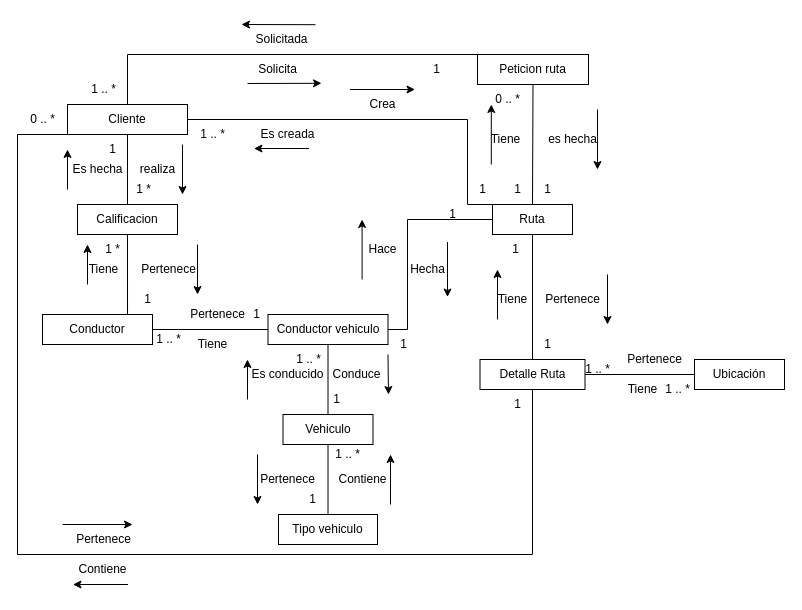
Above: ExtraClase/Modelado de Dominio/Modelo anemico/ModeloDominio.drawio in federico1605/RepositorioDOO (draw.io), before the change. Source tidied: cells renumbered, new cells numbered last; positions are measured from the earlier drawing's top-left corner, leaving out a move shared by most shapes. Both pictures are drawn from the tidied source at 100%, with x=0, y=0 at pixel (17, 24).
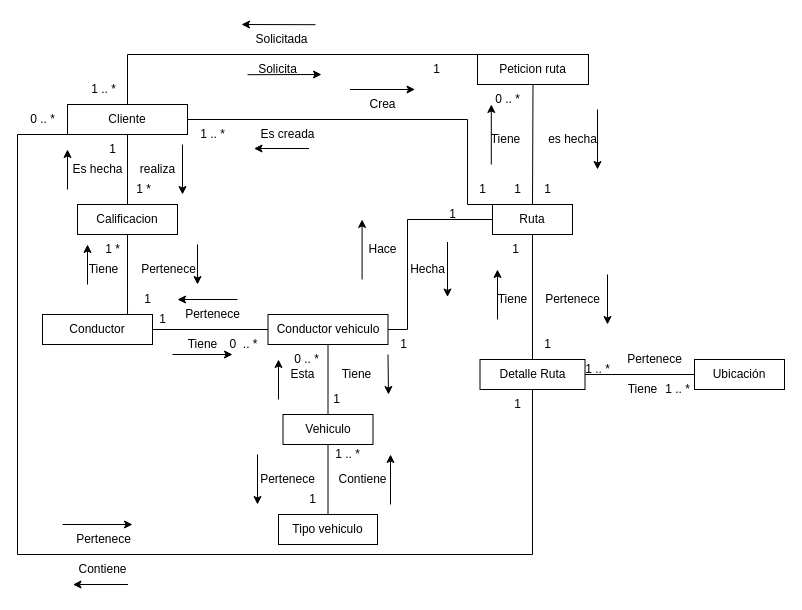
The same diagram, later.

Commit message:
Mejora de conexiones en el modelo

Change to the diagram source:
```diff
@@
     <mxCell id="21" style="endArrow=classic;html=1;rounded=0;" parent="1" edge="1">
       <mxGeometry relative="1" as="geometry">
         <mxPoint x="180" y="220" as="sourcePoint" />
-        <mxPoint x="180" y="270" as="targetPoint" />
+        <mxPoint x="180" y="260" as="targetPoint" />
       </mxGeometry>
     </mxCell>
@@
     <mxCell id="43" style="endArrow=classic;html=1;rounded=0;" parent="1" edge="1">
       <mxGeometry relative="1" as="geometry">
-        <mxPoint x="230" y="59" as="sourcePoint" />
-        <mxPoint x="304" y="58.8" as="targetPoint" />
+        <mxPoint x="230" y="50.2" as="sourcePoint" />
+        <mxPoint x="304" y="50" as="targetPoint" />
       </mxGeometry>
     </mxCell>
@@
-    <mxCell id="55" value="Es conducido" style="text;html=1;align=center;verticalAlign=middle;strokeColor=none;fillColor=none;" parent="1" vertex="1">
-      <mxGeometry x="220" y="335" width="100" height="30" as="geometry" />
+    <mxCell id="55" value="Esta" style="text;html=1;align=center;verticalAlign=middle;strokeColor=none;fillColor=none;" parent="1" vertex="1">
+      <mxGeometry x="260" y="335" width="50" height="30" as="geometry" />
     </mxCell>
-    <mxCell id="56" value="Conduce" style="text;html=1;align=center;verticalAlign=middle;strokeColor=none;fillColor=none;" parent="1" vertex="1">
-      <mxGeometry x="304" y="335" width="70" height="30" as="geometry" />
+    <mxCell id="56" value="Tiene" style="text;html=1;align=center;verticalAlign=middle;strokeColor=none;fillColor=none;" parent="1" vertex="1">
+      <mxGeometry x="314" y="335" width="50" height="30" as="geometry" />
     </mxCell>
@@
-    <mxCell id="58" value="1 .. *" style="text;html=1;align=center;verticalAlign=middle;strokeColor=none;fillColor=none;" parent="1" vertex="1">
-      <mxGeometry x="265.5" y="320" width="50" height="30" as="geometry" />
+    <mxCell id="58" value="0 .. *" style="text;html=1;align=center;verticalAlign=middle;strokeColor=none;fillColor=none;" parent="1" vertex="1">
+      <mxGeometry x="264" y="320" width="50" height="30" as="geometry" />
     </mxCell>
@@
     <mxCell id="60" style="endArrow=classic;html=1;rounded=0;" parent="1" edge="1">
       <mxGeometry relative="1" as="geometry">
-        <mxPoint x="230" y="375" as="sourcePoint" />
-        <mxPoint x="230" y="335" as="targetPoint" />
+        <mxPoint x="261" y="375" as="sourcePoint" />
+        <mxPoint x="261" y="335" as="targetPoint" />
       </mxGeometry>
     </mxCell>
@@
     <mxCell id="89" value="Pertenece" style="text;html=1;align=center;verticalAlign=middle;strokeColor=none;fillColor=none;" parent="1" vertex="1">
-      <mxGeometry x="160" y="275" width="80" height="30" as="geometry" />
+      <mxGeometry x="155" y="275" width="80" height="30" as="geometry" />
     </mxCell>
     <mxCell id="90" value="Tiene" style="text;html=1;align=center;verticalAlign=middle;strokeColor=none;fillColor=none;" parent="1" vertex="1">
-      <mxGeometry x="170" y="305" width="50" height="30" as="geometry" />
+      <mxGeometry x="160" y="305" width="50" height="30" as="geometry" />
     </mxCell>
     <mxCell id="91" value="1" style="text;html=1;align=center;verticalAlign=middle;strokeColor=none;fillColor=none;" parent="1" vertex="1">
-      <mxGeometry x="224" y="275" width="30" height="30" as="geometry" />
+      <mxGeometry x="130" y="280" width="30" height="30" as="geometry" />
     </mxCell>
-    <mxCell id="92" value="1 .. *" style="text;html=1;align=center;verticalAlign=middle;strokeColor=none;fillColor=none;" parent="1" vertex="1">
-      <mxGeometry x="125.5" y="300" width="50" height="30" as="geometry" />
+    <mxCell id="92" value="0&amp;nbsp; .. *" style="text;html=1;align=center;verticalAlign=middle;strokeColor=none;fillColor=none;" parent="1" vertex="1">
+      <mxGeometry x="200.5" y="305" width="50" height="30" as="geometry" />
     </mxCell>
+    <mxCell id="93" style="endArrow=classic;html=1;rounded=0;" parent="1" edge="1">
+      <mxGeometry relative="1" as="geometry">
+        <mxPoint x="220" y="275" as="sourcePoint" />
+        <mxPoint x="160" y="275" as="targetPoint" />
+      </mxGeometry>
+    </mxCell>
+    <mxCell id="94" style="endArrow=classic;html=1;rounded=0;" parent="1" edge="1">
+      <mxGeometry relative="1" as="geometry">
+        <mxPoint x="155" y="330" as="sourcePoint" />
+        <mxPoint x="215" y="330" as="targetPoint" />
+      </mxGeometry>
+    </mxCell>
```
